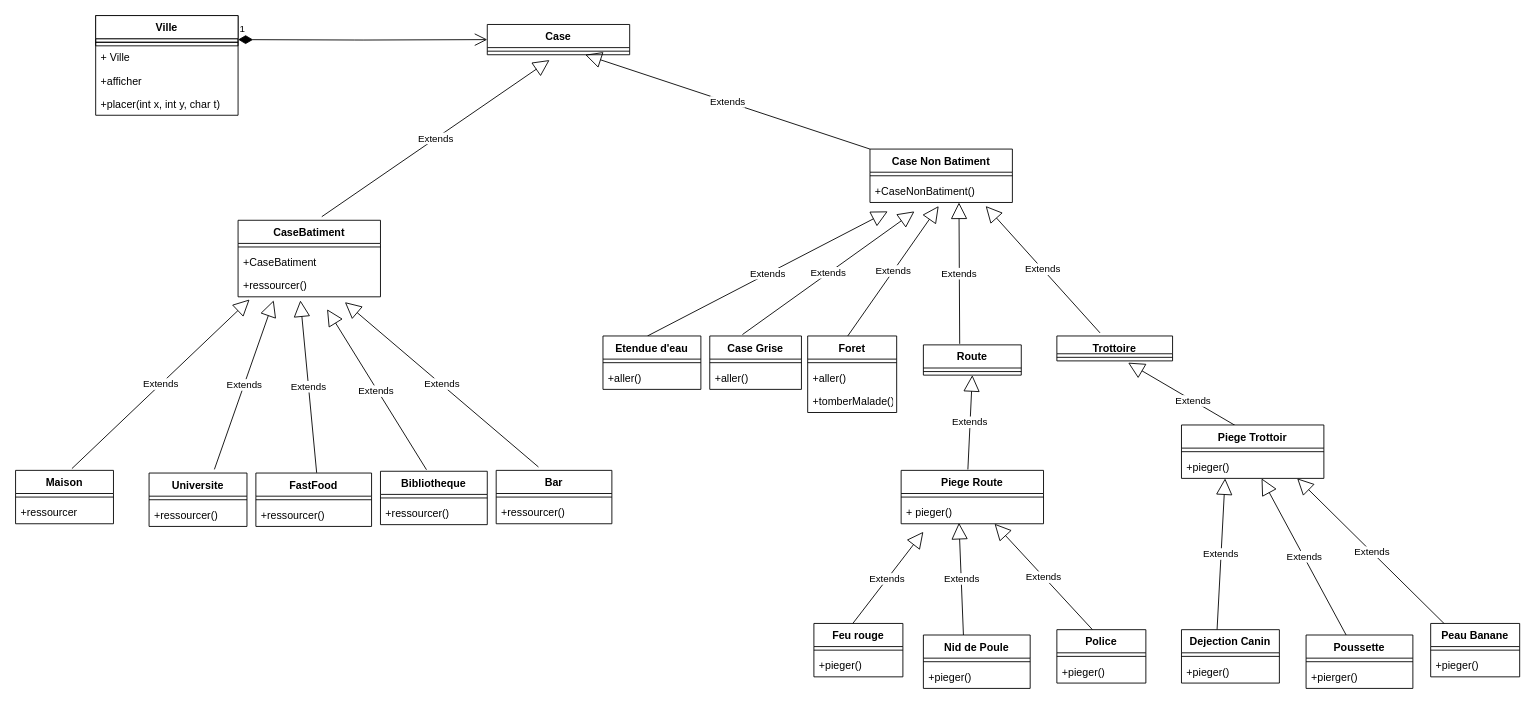
Before: DiagrammeClasse.drawio in pedromp13/PJ_Modelisation_UML_2020_2021_Groupe1, a draw.io diagram. Source tidied: cells renumbered, new cells numbered last; positions are measured from the earlier drawing's top-left corner, leaving out a move shared by most shapes. Both pictures are drawn from the tidied source at 89%, with x=0, y=0 at pixel (15, 15).
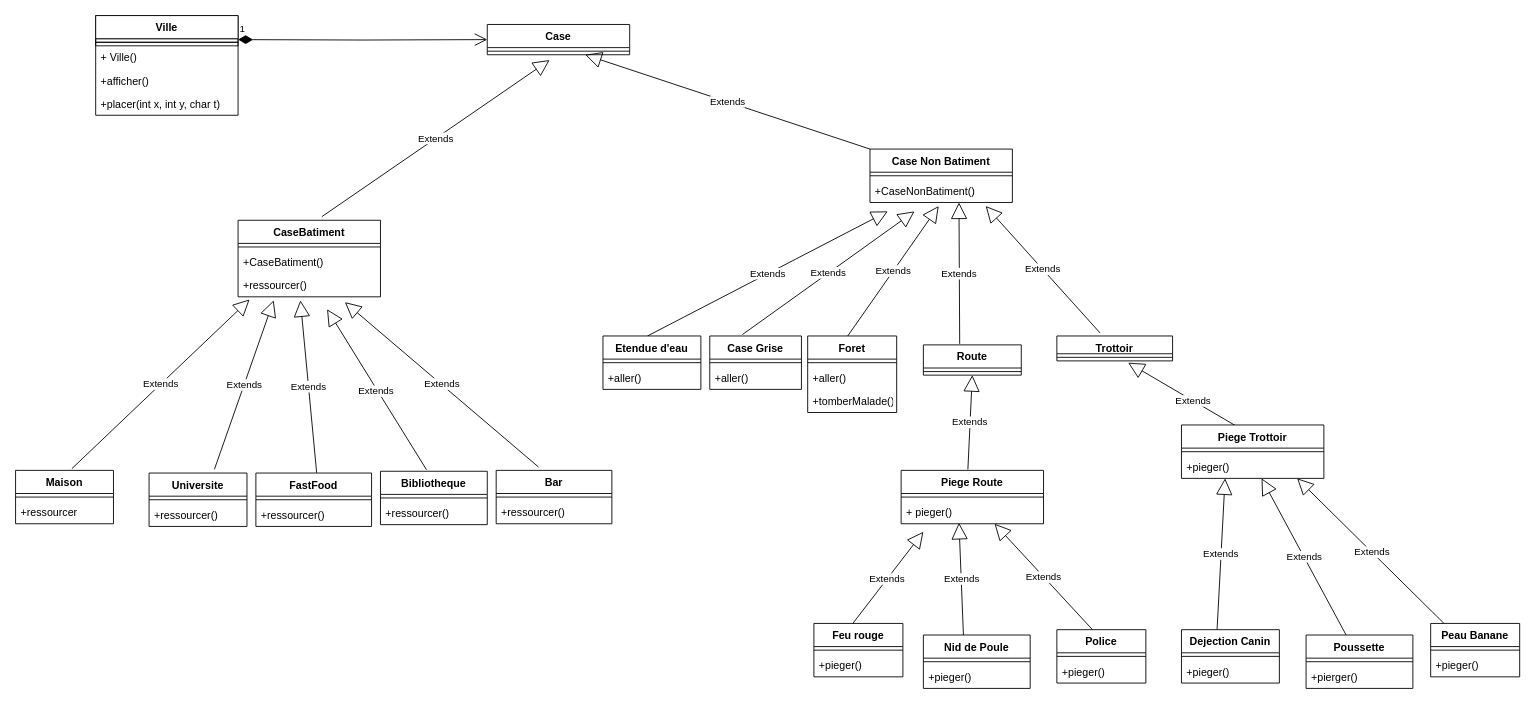
The same diagram, later.

The change refers to these unchanged cells:
```xml
<mxCell id="30" value="Ville&#10;" style="swimlane;fontStyle=1;align=center;verticalAlign=top;horizontal=1;startSize=26;" parent="1" vertex="1">
  <mxGeometry x="90" width="160" height="112" as="geometry" />
</mxCell>
<mxCell id="35" value="CaseBatiment&#10;" style="swimlane;fontStyle=1;align=center;verticalAlign=top;horizontal=1;startSize=26;" parent="1" vertex="1">
  <mxGeometry x="250" y="230" width="160" height="86" as="geometry" />
</mxCell>
```

Diff of the diagram source:
```diff
@@
-    <mxCell id="7" value="Trottoire&#10;" style="swimlane;fontStyle=1;align=center;verticalAlign=top;horizontal=1;startSize=20;rounded=0;sketch=0;" parent="1" vertex="1">
+    <mxCell id="7" value="Trottoir&#10;" style="swimlane;fontStyle=1;align=center;verticalAlign=top;horizontal=1;startSize=20;rounded=0;sketch=0;" parent="1" vertex="1">
       <mxGeometry x="1170" y="360" width="130" height="28" as="geometry" />
     </mxCell>
@@
-    <mxCell id="32" value="+ Ville&#10;" style="text;strokeColor=none;fillColor=none;align=left;verticalAlign=top;spacingLeft=4;spacingRight=4;overflow=hidden;" parent="30" vertex="1">
+    <mxCell id="32" value="+ Ville()&#10;" style="text;strokeColor=none;fillColor=none;align=left;verticalAlign=top;spacingLeft=4;spacingRight=4;overflow=hidden;" parent="30" vertex="1">
       <mxGeometry y="34" width="160" height="26" as="geometry" />
     </mxCell>
-    <mxCell id="33" value="+afficher&#10;" style="text;strokeColor=none;fillColor=none;align=left;verticalAlign=top;spacingLeft=4;spacingRight=4;overflow=hidden;" parent="30" vertex="1">
+    <mxCell id="33" value="+afficher()&#10;" style="text;strokeColor=none;fillColor=none;align=left;verticalAlign=top;spacingLeft=4;spacingRight=4;overflow=hidden;" parent="30" vertex="1">
       <mxGeometry y="60" width="160" height="26" as="geometry" />
     </mxCell>
@@
-    <mxCell id="37" value="+CaseBatiment" style="text;strokeColor=none;fillColor=none;align=left;verticalAlign=top;spacingLeft=4;spacingRight=4;overflow=hidden;" parent="35" vertex="1">
+    <mxCell id="37" value="+CaseBatiment()" style="text;strokeColor=none;fillColor=none;align=left;verticalAlign=top;spacingLeft=4;spacingRight=4;overflow=hidden;" parent="35" vertex="1">
       <mxGeometry y="34" width="160" height="26" as="geometry" />
     </mxCell>
```
